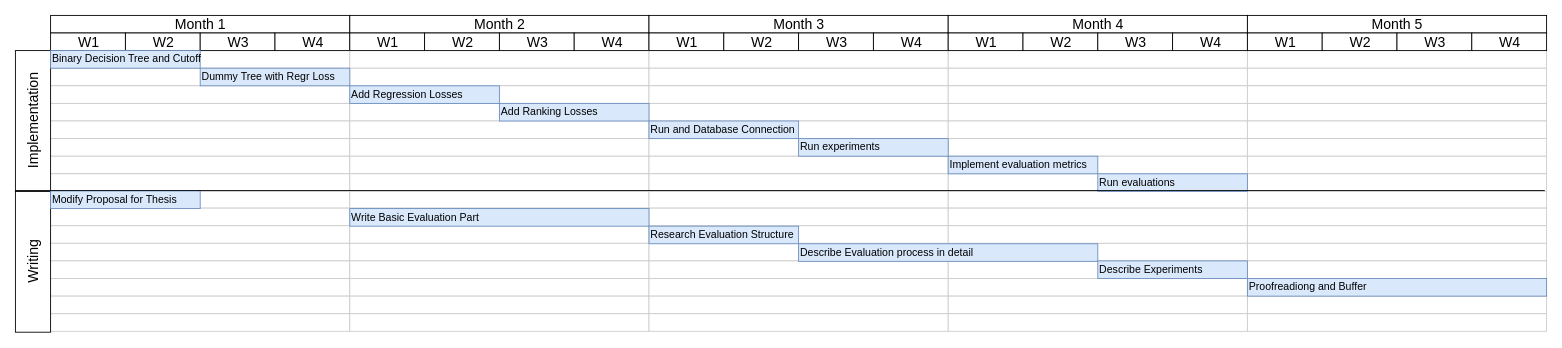
The draw.io diagram work_plan.drawio in LukasFehring/LukasFehring, before the edit. Source tidied: cells renumbered, new cells numbered last; positions are measured from the earlier drawing's top-left corner, leaving out a move shared by most shapes. Both pictures are drawn from the tidied source at 88%, with x=0, y=0 at pixel (15, 15).
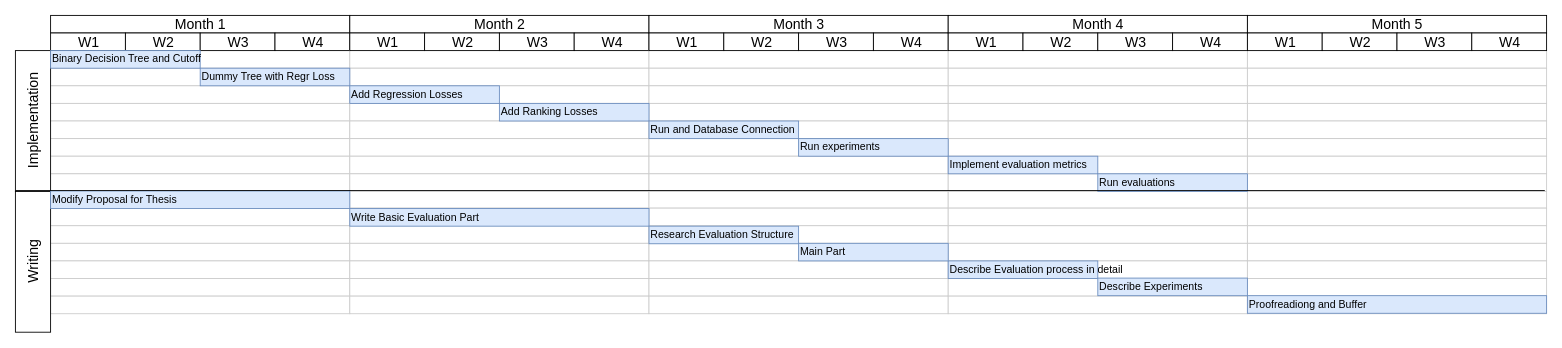
Above is the later version.

Change to the diagram source:
```diff
@@
-    <mxCell id="18" style="align=left;strokeColor=#CCCCCC;html=1;" parent="1" vertex="1">
-      <mxGeometry x="40" y="339" width="340" height="20" as="geometry" />
-    </mxCell>
@@
-    <mxCell id="39" style="align=left;strokeColor=#CCCCCC;html=1;" parent="1" vertex="1">
-      <mxGeometry x="380" y="339" width="340" height="20" as="geometry" />
-    </mxCell>
@@
-    <mxCell id="60" style="align=left;strokeColor=#CCCCCC;html=1;" parent="1" vertex="1">
-      <mxGeometry x="720" y="339" width="340" height="20" as="geometry" />
-    </mxCell>
@@
-    <mxCell id="81" style="align=left;strokeColor=#CCCCCC;html=1;" parent="1" vertex="1">
-      <mxGeometry x="1060" y="339" width="340" height="20" as="geometry" />
-    </mxCell>
@@
-    <mxCell id="102" style="align=left;strokeColor=#CCCCCC;html=1;" parent="1" vertex="1">
-      <mxGeometry x="1400" y="339" width="340" height="20" as="geometry" />
-    </mxCell>
@@
     <mxCell id="115" value="Modify Proposal for Thesis" style="align=left;strokeColor=#6c8ebf;html=1;fillColor=#dae8fc;" parent="1" vertex="1">
-      <mxGeometry x="40" y="199.5" width="170" height="20" as="geometry" />
+      <mxGeometry x="40" y="199.5" width="340" height="20" as="geometry" />
     </mxCell>
@@
     <mxCell id="121" value="Describe Evaluation process in detail" style="align=left;strokeColor=#6c8ebf;html=1;fillColor=#dae8fc;" parent="1" vertex="1">
-      <mxGeometry x="890" y="259.5" width="340" height="20" as="geometry" />
+      <mxGeometry x="1060" y="279" width="170" height="20" as="geometry" />
     </mxCell>
     <mxCell id="122" value="Proofreadiong and Buffer" style="align=left;strokeColor=#6c8ebf;html=1;fillColor=#dae8fc;" parent="1" vertex="1">
-      <mxGeometry x="1400" y="299" width="340" height="20" as="geometry" />
+      <mxGeometry x="1400" y="318.5" width="340" height="20" as="geometry" />
     </mxCell>
     <mxCell id="123" value="Describe Experiments" style="align=left;strokeColor=#6c8ebf;html=1;fillColor=#dae8fc;" parent="1" vertex="1">
-      <mxGeometry x="1230" y="279" width="170" height="20" as="geometry" />
+      <mxGeometry x="1230" y="298.5" width="170" height="20" as="geometry" />
     </mxCell>
+    <mxCell id="124" value="Main Part" style="align=left;strokeColor=#6c8ebf;html=1;fillColor=#dae8fc;" parent="1" vertex="1">
+      <mxGeometry x="890" y="259" width="170" height="20" as="geometry" />
+    </mxCell>
```
